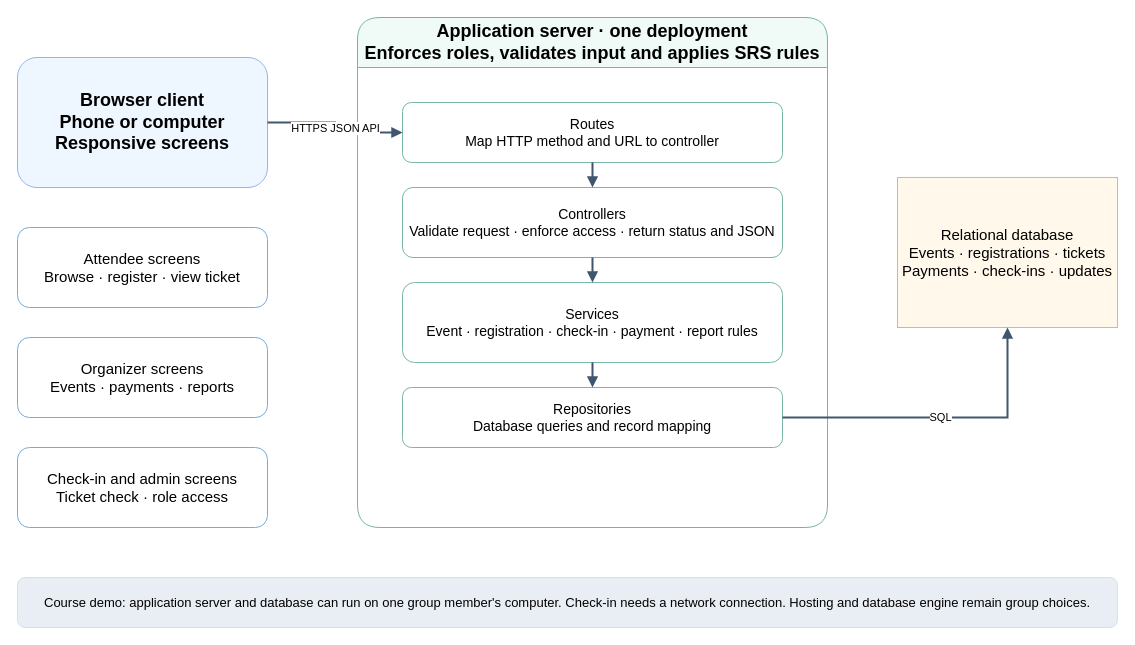
Software-Dev-Tools-Gr-10/cef-345-G10 keeps this draw.io diagram as docs/diagrams/architecture.drawio. Above is the earlier version. Source tidied: cells renumbered, new cells numbered last; positions are measured from the earlier drawing's top-left corner, leaving out a move shared by most shapes. Both pictures are drawn from the tidied source at 100%, with x=0, y=0 at pixel (17, 17).
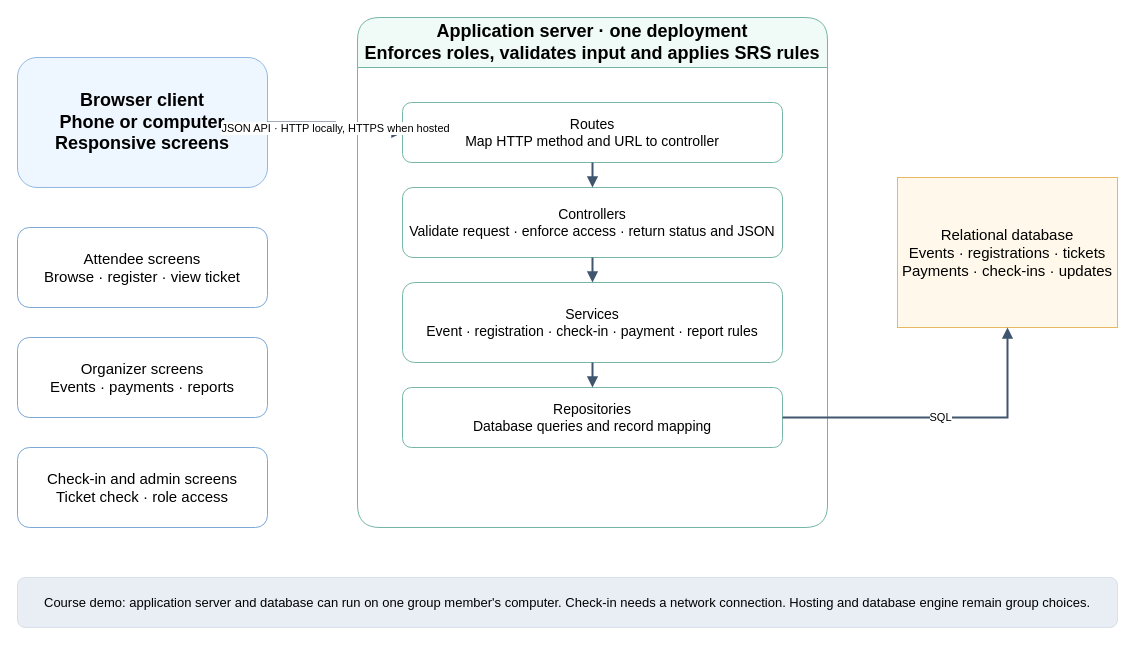
After the change.

The edit, as a diff of the source:
```diff
@@
 <mxGraphModel>
   <root>
     <mxCell id="0" />
     <mxCell id="1" parent="0" />
     <mxCell id="2" value="Browser client&#10;Phone or computer&#10;Responsive screens" style="rounded=1;whiteSpace=wrap;html=1;fillColor=#eef6ff;strokeColor=#92b8e2;fontSize=18;fontStyle=1;" parent="1" vertex="1">
       <mxGeometry y="40" width="250" height="130" as="geometry" />
     </mxCell>
     <mxCell id="3" value="Attendee screens&#10;Browse · register · view ticket" style="rounded=1;whiteSpace=wrap;html=1;fillColor=#ffffff;strokeColor=#7da8d7;fontSize=15;" parent="1" vertex="1">
       <mxGeometry y="210" width="250" height="80" as="geometry" />
     </mxCell>
     <mxCell id="4" value="Organizer screens&#10;Events · payments · reports" style="rounded=1;whiteSpace=wrap;html=1;fillColor=#ffffff;strokeColor=#7da8d7;fontSize=15;" parent="1" vertex="1">
       <mxGeometry y="320" width="250" height="80" as="geometry" />
     </mxCell>
     <mxCell id="5" value="Check-in and admin screens&#10;Ticket check · role access" style="rounded=1;whiteSpace=wrap;html=1;fillColor=#ffffff;strokeColor=#7da8d7;fontSize=15;" parent="1" vertex="1">
       <mxGeometry y="430" width="250" height="80" as="geometry" />
     </mxCell>
     <mxCell id="6" value="Application server · one deployment&#10;Enforces roles, validates input and applies SRS rules" style="swimlane;startSize=50;horizontal=1;rounded=1;whiteSpace=wrap;html=1;fillColor=#f0fbf8;swimlaneFillColor=#ffffff;strokeColor=#73b6a5;fontSize=18;fontStyle=1;" parent="1" vertex="1">
       <mxGeometry x="340" width="470" height="510" as="geometry" />
     </mxCell>
     <mxCell id="7" value="Routes&#10;Map HTTP method and URL to controller" style="rounded=1;whiteSpace=wrap;html=1;fillColor=#ffffff;strokeColor=#78b7a8;fontSize=14;" parent="6" vertex="1">
       <mxGeometry x="45" y="85" width="380" height="60" as="geometry" />
     </mxCell>
     <mxCell id="8" value="Controllers&#10;Validate request · enforce access · return status and JSON" style="rounded=1;whiteSpace=wrap;html=1;fillColor=#ffffff;strokeColor=#78b7a8;fontSize=14;" parent="6" vertex="1">
       <mxGeometry x="45" y="170" width="380" height="70" as="geometry" />
     </mxCell>
     <mxCell id="9" value="Services&#10;Event · registration · check-in · payment · report rules" style="rounded=1;whiteSpace=wrap;html=1;fillColor=#ffffff;strokeColor=#78b7a8;fontSize=14;" parent="6" vertex="1">
       <mxGeometry x="45" y="265" width="380" height="80" as="geometry" />
     </mxCell>
     <mxCell id="10" value="Repositories&#10;Database queries and record mapping" style="rounded=1;whiteSpace=wrap;html=1;fillColor=#ffffff;strokeColor=#78b7a8;fontSize=14;" parent="6" vertex="1">
       <mxGeometry x="45" y="370" width="380" height="60" as="geometry" />
     </mxCell>
     <mxCell id="11" value="Relational database&#10;Events · registrations · tickets&#10;Payments · check-ins · updates" style="cylinder;whiteSpace=wrap;html=1;boundedLbl=1;backgroundOutline=1;size=15;fillColor=#fff8eb;strokeColor=#e6b862;fontSize=15;" parent="1" vertex="1">
       <mxGeometry x="880" y="160" width="220" height="150" as="geometry" />
     </mxCell>
-    <mxCell id="12" value="HTTPS JSON API" style="edgeStyle=orthogonalEdgeStyle;rounded=0;jettySize=auto;html=1;endArrow=block;endFill=1;strokeColor=#40566f;strokeWidth=2;" parent="1" edge="1" source="2" target="7">
+    <mxCell id="12" value="JSON API · HTTP locally, HTTPS when hosted" style="edgeStyle=orthogonalEdgeStyle;rounded=0;jettySize=auto;html=1;endArrow=block;endFill=1;strokeColor=#40566f;strokeWidth=2;" parent="1" edge="1" source="2" target="7">
       <mxGeometry relative="1" as="geometry" />
     </mxCell>
     <mxCell id="13" style="edgeStyle=orthogonalEdgeStyle;rounded=0;jettySize=auto;html=1;endArrow=block;endFill=1;strokeColor=#40566f;strokeWidth=2;" parent="6" edge="1" source="7" target="8">
       <mxGeometry relative="1" as="geometry" />
     </mxCell>
     <mxCell id="14" style="edgeStyle=orthogonalEdgeStyle;rounded=0;jettySize=auto;html=1;endArrow=block;endFill=1;strokeColor=#40566f;strokeWidth=2;" parent="6" edge="1" source="8" target="9">
       <mxGeometry relative="1" as="geometry" />
     </mxCell>
     <mxCell id="15" style="edgeStyle=orthogonalEdgeStyle;rounded=0;jettySize=auto;html=1;endArrow=block;endFill=1;strokeColor=#40566f;strokeWidth=2;" parent="6" edge="1" source="9" target="10">
       <mxGeometry relative="1" as="geometry" />
     </mxCell>
     <mxCell id="16" value="SQL" style="edgeStyle=orthogonalEdgeStyle;rounded=0;jettySize=auto;html=1;endArrow=block;endFill=1;strokeColor=#40566f;strokeWidth=2;" parent="1" edge="1" source="10" target="11">
       <mxGeometry relative="1" as="geometry" />
     </mxCell>
     <mxCell id="17" value="Course demo: application server and database can run on one group member's computer. Check-in needs a network connection. Hosting and database engine remain group choices." style="rounded=1;whiteSpace=wrap;html=1;fillColor=#e9eef5;strokeColor=#d7e0eb;fontSize=13;" parent="1" vertex="1">
       <mxGeometry y="560" width="1100" height="50" as="geometry" />
     </mxCell>
   </root>
 </mxGraphModel>
```
